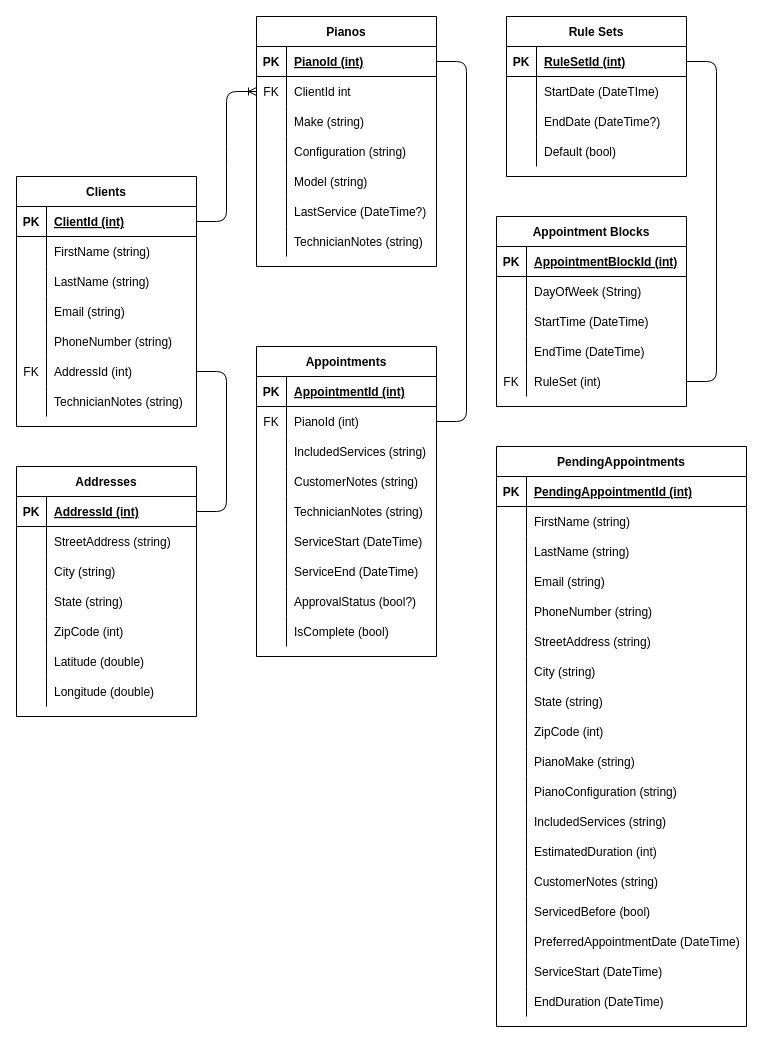
The draw.io diagram Design Outlines/CapstoneERD.drawio in colingalvin/Capstone, before the edit. Source tidied: cells renumbered, new cells numbered last; positions are measured from the earlier drawing's top-left corner, leaving out a move shared by most shapes. Both pictures are drawn from the tidied source at 100%, with x=0, y=0 at pixel (16, 16).
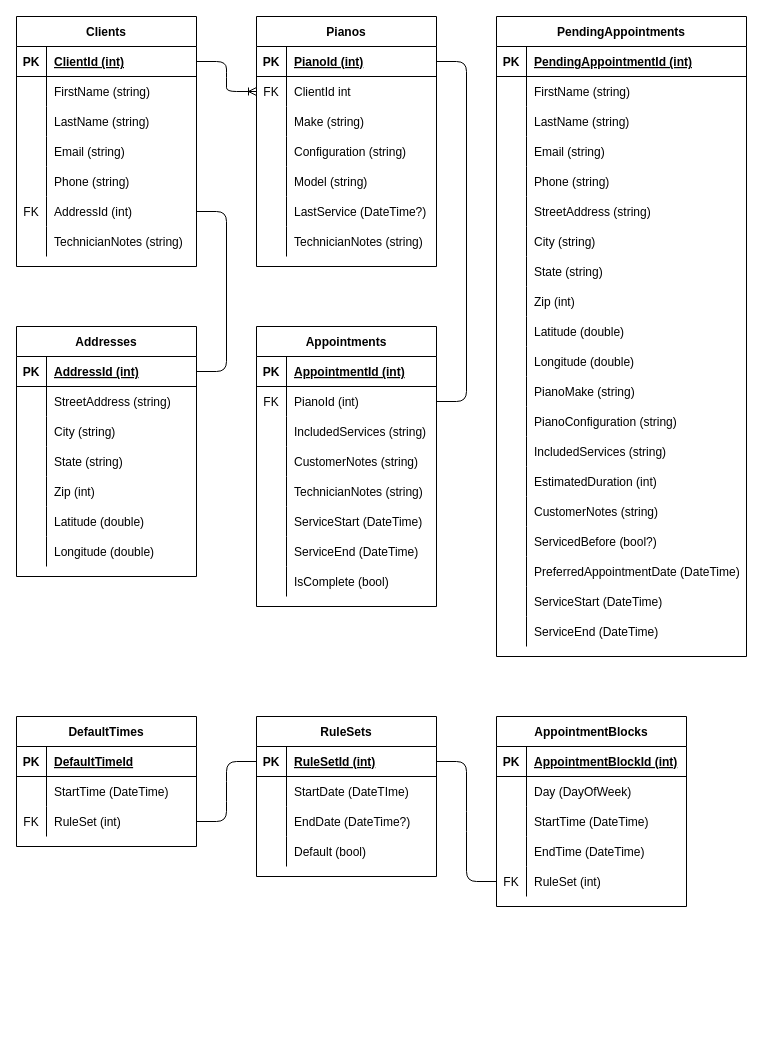
After the change.

The change refers to these unchanged cells:
```xml
<mxCell id="15" style="shape=partialRectangle;fillColor=none;top=0;left=0;bottom=0;right=0;" parent="2" vertex="1">
  <mxGeometry y="150" width="180" height="30" as="geometry" />
</mxCell>
<mxCell id="75" style="shape=partialRectangle;fillColor=none;top=0;left=0;bottom=1;right=0;points=[[0,0.5],[1,0.5]];portConstraint=eastwest;" parent="74" vertex="1">
  <mxGeometry y="30" width="180" height="30" as="geometry" />
</mxCell>
<mxCell id="91" style="shape=partialRectangle;fillColor=none;top=0;left=0;bottom=0;right=0;" parent="87" vertex="1">
  <mxGeometry y="60" width="190" height="30" as="geometry" />
</mxCell>
<mxCell id="100" style="shape=partialRectangle;fillColor=none;top=0;left=0;bottom=0;right=0;points=[[0,0.5],[1,0.5]];portConstraint=eastwest;" parent="87" vertex="1">
  <mxGeometry y="150" width="190" height="30" as="geometry" />
</mxCell>
<mxCell id="116" style="shape=partialRectangle;fillColor=none;top=0;left=0;bottom=0;right=0;" parent="103" vertex="1">
  <mxGeometry y="150" width="180" height="30" as="geometry" />
</mxCell>
<mxCell id="142" style="shape=partialRectangle;fillColor=none;top=0;left=0;bottom=0;right=0;direction=south;" parent="129" vertex="1">
  <mxGeometry y="150" width="250" height="30" as="geometry" />
</mxCell>
<mxCell id="154" style="shape=partialRectangle;fillColor=none;top=0;left=0;bottom=0;right=0;direction=south;" parent="129" vertex="1">
  <mxGeometry y="270" width="250" height="30" as="geometry" />
</mxCell>
```

Change to the diagram source:
```diff
@@
     <mxCell id="2" value="Clients" style="shape=table;startSize=30;childLayout=tableLayout;rowLines=0;fontStyle=1;align=center;" parent="1" vertex="1">
-      <mxGeometry y="160" width="180" height="250" as="geometry" />
+      <mxGeometry width="180" height="250" as="geometry" />
     </mxCell>
@@
-    <mxCell id="17" value="PhoneNumber (string)" style="shape=partialRectangle;fillColor=none;top=0;left=0;bottom=0;right=0;align=left;spacingLeft=6;overflow=hidden;" parent="15" vertex="1">
+    <mxCell id="17" value="Phone (string)" style="shape=partialRectangle;fillColor=none;top=0;left=0;bottom=0;right=0;align=left;spacingLeft=6;overflow=hidden;" parent="15" vertex="1">
       <mxGeometry x="30" width="150" height="30" as="geometry" />
     </mxCell>
@@
     <mxCell id="46" value="Appointments" style="shape=table;startSize=30;childLayout=tableLayout;rowLines=0;fontStyle=1;align=center;" parent="1" vertex="1">
-      <mxGeometry x="240" y="330" width="180" height="310" as="geometry" />
+      <mxGeometry x="240" y="310" width="180" height="280" as="geometry" />
     </mxCell>
@@
-    <mxCell id="68" style="shape=partialRectangle;fillColor=none;top=0;left=0;bottom=0;right=0;" parent="46" vertex="1">
-      <mxGeometry y="240" width="180" height="30" as="geometry" />
-    </mxCell>
-    <mxCell id="69" style="shape=partialRectangle;fillColor=none;top=0;left=0;bottom=0;right=0;overflow=hidden;" parent="68" vertex="1">
-      <mxGeometry width="30" height="30" as="geometry" />
-    </mxCell>
-    <mxCell id="70" value="ApprovalStatus (bool?)" style="shape=partialRectangle;fillColor=none;top=0;left=0;bottom=0;right=0;align=left;spacingLeft=6;overflow=hidden;" parent="68" vertex="1">
-      <mxGeometry x="30" width="150" height="30" as="geometry" />
-    </mxCell>
     <mxCell id="71" style="shape=partialRectangle;fillColor=none;top=0;left=0;bottom=0;right=0;" parent="46" vertex="1">
-      <mxGeometry y="270" width="180" height="30" as="geometry" />
+      <mxGeometry y="240" width="180" height="30" as="geometry" />
     </mxCell>
@@
-    <mxCell id="74" value="Rule Sets" style="shape=table;startSize=30;childLayout=tableLayout;rowLines=0;fontStyle=1;align=center;" parent="1" vertex="1">
-      <mxGeometry x="490" width="180" height="160" as="geometry" />
+    <mxCell id="74" value="RuleSets" style="shape=table;startSize=30;childLayout=tableLayout;rowLines=0;fontStyle=1;align=center;" parent="1" vertex="1">
+      <mxGeometry x="240" y="700" width="180" height="160" as="geometry" />
     </mxCell>
@@
-    <mxCell id="87" value="Appointment Blocks" style="shape=table;startSize=30;childLayout=tableLayout;rowLines=0;fontStyle=1;align=center;" parent="1" vertex="1">
-      <mxGeometry x="480" y="200" width="190" height="190" as="geometry" />
+    <mxCell id="87" value="AppointmentBlocks" style="shape=table;startSize=30;childLayout=tableLayout;rowLines=0;fontStyle=1;align=center;" parent="1" vertex="1">
+      <mxGeometry x="480" y="700" width="190" height="190" as="geometry" />
     </mxCell>
@@
-    <mxCell id="93" value="DayOfWeek (String)" style="shape=partialRectangle;fillColor=none;top=0;left=0;bottom=0;right=0;align=left;spacingLeft=6;overflow=hidden;" parent="91" vertex="1">
+    <mxCell id="93" value="Day (DayOfWeek)" style="shape=partialRectangle;fillColor=none;top=0;left=0;bottom=0;right=0;align=left;spacingLeft=6;overflow=hidden;" parent="91" vertex="1">
       <mxGeometry x="30" width="160" height="30" as="geometry" />
     </mxCell>
@@
     <mxCell id="103" value="Addresses" style="shape=table;startSize=30;childLayout=tableLayout;rowLines=0;fontStyle=1;align=center;" parent="1" vertex="1">
-      <mxGeometry y="450" width="180" height="250" as="geometry" />
+      <mxGeometry y="310" width="180" height="250" as="geometry" />
     </mxCell>
@@
-    <mxCell id="118" value="ZipCode (int)" style="shape=partialRectangle;fillColor=none;top=0;left=0;bottom=0;right=0;align=left;spacingLeft=6;overflow=hidden;" parent="116" vertex="1">
+    <mxCell id="118" value="Zip (int)" style="shape=partialRectangle;fillColor=none;top=0;left=0;bottom=0;right=0;align=left;spacingLeft=6;overflow=hidden;" parent="116" vertex="1">
       <mxGeometry x="30" width="150" height="30" as="geometry" />
     </mxCell>
@@
-    <mxCell id="128" style="endArrow=none;html=1;rounded=1;exitX=1;exitY=0.5;exitDx=0;exitDy=0;entryX=1;entryY=0.5;entryDx=0;entryDy=0;edgeStyle=entityRelationEdgeStyle;" parent="1" edge="1" source="75" target="100">
+    <mxCell id="128" style="endArrow=none;html=1;rounded=1;exitX=1;exitY=0.5;exitDx=0;exitDy=0;entryX=0;entryY=0.5;entryDx=0;entryDy=0;edgeStyle=entityRelationEdgeStyle;" parent="1" edge="1" source="75" target="100">
       <mxGeometry relative="1" as="geometry" />
     </mxCell>
     <mxCell id="129" value="PendingAppointments" style="shape=table;startSize=30;childLayout=tableLayout;rowLines=0;fontStyle=1;align=center;" parent="1" vertex="1">
-      <mxGeometry x="480" y="430" width="250" height="580" as="geometry" />
+      <mxGeometry x="480" width="250" height="640" as="geometry" />
     </mxCell>
@@
-    <mxCell id="144" value="PhoneNumber (string)" style="shape=partialRectangle;fillColor=none;top=0;left=0;bottom=0;right=0;align=left;spacingLeft=6;overflow=hidden;" parent="142" vertex="1">
+    <mxCell id="144" value="Phone (string)" style="shape=partialRectangle;fillColor=none;top=0;left=0;bottom=0;right=0;align=left;spacingLeft=6;overflow=hidden;" parent="142" vertex="1">
       <mxGeometry x="30" width="220" height="30" as="geometry" />
     </mxCell>
@@
-    <mxCell id="156" value="ZipCode (int)" style="shape=partialRectangle;fillColor=none;top=0;left=0;bottom=0;right=0;align=left;spacingLeft=6;overflow=hidden;" parent="154" vertex="1">
+    <mxCell id="156" value="Zip (int)" style="shape=partialRectangle;fillColor=none;top=0;left=0;bottom=0;right=0;align=left;spacingLeft=6;overflow=hidden;" parent="154" vertex="1">
       <mxGeometry x="30" width="220" height="30" as="geometry" />
     </mxCell>
+    <mxCell id="184" style="shape=partialRectangle;fillColor=none;top=0;left=0;bottom=0;right=0;direction=south;" parent="129" vertex="1">
+      <mxGeometry y="300" width="250" height="30" as="geometry" />
+    </mxCell>
+    <mxCell id="185" style="shape=partialRectangle;fillColor=none;top=0;left=0;bottom=0;right=0;overflow=hidden;" parent="184" vertex="1">
+      <mxGeometry width="30" height="30" as="geometry" />
+    </mxCell>
+    <mxCell id="186" value="Latitude (double)" style="shape=partialRectangle;fillColor=none;top=0;left=0;bottom=0;right=0;align=left;spacingLeft=6;overflow=hidden;" parent="184" vertex="1">
+      <mxGeometry x="30" width="220" height="30" as="geometry" />
+    </mxCell>
+    <mxCell id="187" style="shape=partialRectangle;fillColor=none;top=0;left=0;bottom=0;right=0;direction=south;" parent="129" vertex="1">
+      <mxGeometry y="330" width="250" height="30" as="geometry" />
+    </mxCell>
+    <mxCell id="188" style="shape=partialRectangle;fillColor=none;top=0;left=0;bottom=0;right=0;overflow=hidden;" parent="187" vertex="1">
+      <mxGeometry width="30" height="30" as="geometry" />
+    </mxCell>
+    <mxCell id="189" value="Longitude (double)" style="shape=partialRectangle;fillColor=none;top=0;left=0;bottom=0;right=0;align=left;spacingLeft=6;overflow=hidden;" parent="187" vertex="1">
+      <mxGeometry x="30" width="220" height="30" as="geometry" />
+    </mxCell>
     <mxCell id="157" style="shape=partialRectangle;fillColor=none;top=0;left=0;bottom=0;right=0;direction=south;" parent="129" vertex="1">
-      <mxGeometry y="300" width="250" height="30" as="geometry" />
+      <mxGeometry y="360" width="250" height="30" as="geometry" />
     </mxCell>
@@
     <mxCell id="160" style="shape=partialRectangle;fillColor=none;top=0;left=0;bottom=0;right=0;direction=south;" parent="129" vertex="1">
-      <mxGeometry y="330" width="250" height="30" as="geometry" />
+      <mxGeometry y="390" width="250" height="30" as="geometry" />
     </mxCell>
@@
     <mxCell id="163" style="shape=partialRectangle;fillColor=none;top=0;left=0;bottom=0;right=0;direction=south;" parent="129" vertex="1">
-      <mxGeometry y="360" width="250" height="30" as="geometry" />
+      <mxGeometry y="420" width="250" height="30" as="geometry" />
     </mxCell>
@@
     <mxCell id="166" style="shape=partialRectangle;fillColor=none;top=0;left=0;bottom=0;right=0;direction=south;" parent="129" vertex="1">
-      <mxGeometry y="390" width="250" height="30" as="geometry" />
+      <mxGeometry y="450" width="250" height="30" as="geometry" />
     </mxCell>
@@
     <mxCell id="169" style="shape=partialRectangle;fillColor=none;top=0;left=0;bottom=0;right=0;direction=south;" parent="129" vertex="1">
-      <mxGeometry y="420" width="250" height="30" as="geometry" />
+      <mxGeometry y="480" width="250" height="30" as="geometry" />
     </mxCell>
@@
     <mxCell id="172" style="shape=partialRectangle;fillColor=none;top=0;left=0;bottom=0;right=0;direction=south;" parent="129" vertex="1">
-      <mxGeometry y="450" width="250" height="30" as="geometry" />
+      <mxGeometry y="510" width="250" height="30" as="geometry" />
     </mxCell>
@@
-    <mxCell id="174" value="ServicedBefore (bool)" style="shape=partialRectangle;fillColor=none;top=0;left=0;bottom=0;right=0;align=left;spacingLeft=6;overflow=hidden;" parent="172" vertex="1">
+    <mxCell id="174" value="ServicedBefore (bool?)" style="shape=partialRectangle;fillColor=none;top=0;left=0;bottom=0;right=0;align=left;spacingLeft=6;overflow=hidden;" parent="172" vertex="1">
       <mxGeometry x="30" width="220" height="30" as="geometry" />
     </mxCell>
     <mxCell id="175" style="shape=partialRectangle;fillColor=none;top=0;left=0;bottom=0;right=0;direction=south;" parent="129" vertex="1">
-      <mxGeometry y="480" width="250" height="30" as="geometry" />
+      <mxGeometry y="540" width="250" height="30" as="geometry" />
     </mxCell>
@@
     <mxCell id="178" style="shape=partialRectangle;fillColor=none;top=0;left=0;bottom=0;right=0;direction=south;" parent="129" vertex="1">
-      <mxGeometry y="510" width="250" height="30" as="geometry" />
+      <mxGeometry y="570" width="250" height="30" as="geometry" />
     </mxCell>
@@
     <mxCell id="181" style="shape=partialRectangle;fillColor=none;top=0;left=0;bottom=0;right=0;direction=south;" parent="129" vertex="1">
-      <mxGeometry y="540" width="250" height="30" as="geometry" />
+      <mxGeometry y="600" width="250" height="30" as="geometry" />
     </mxCell>
@@
-    <mxCell id="183" value="EndDuration (DateTime)" style="shape=partialRectangle;fillColor=none;top=0;left=0;bottom=0;right=0;align=left;spacingLeft=6;overflow=hidden;" parent="181" vertex="1">
+    <mxCell id="183" value="ServiceEnd (DateTime)" style="shape=partialRectangle;fillColor=none;top=0;left=0;bottom=0;right=0;align=left;spacingLeft=6;overflow=hidden;" parent="181" vertex="1">
       <mxGeometry x="30" width="220" height="30" as="geometry" />
     </mxCell>
+    <mxCell id="190" value="DefaultTimes" style="shape=table;startSize=30;childLayout=tableLayout;rowLines=0;fontStyle=1;align=center;" parent="1" vertex="1">
+      <mxGeometry y="700" width="180" height="130" as="geometry" />
+    </mxCell>
+    <mxCell id="191" style="shape=partialRectangle;fillColor=none;top=0;left=0;bottom=1;right=0;" parent="190" vertex="1">
+      <mxGeometry y="30" width="180" height="30" as="geometry" />
+    </mxCell>
+    <mxCell id="192" value="PK" style="shape=partialRectangle;fillColor=none;top=0;left=0;bottom=0;right=0;fontStyle=1;overflow=hidden;" parent="191" vertex="1">
+      <mxGeometry width="30" height="30" as="geometry" />
+    </mxCell>
+    <mxCell id="193" value="DefaultTimeId" style="shape=partialRectangle;fillColor=none;top=0;left=0;bottom=0;right=0;align=left;spacingLeft=6;fontStyle=5;overflow=hidden;" parent="191" vertex="1">
+      <mxGeometry x="30" width="150" height="30" as="geometry" />
+    </mxCell>
+    <mxCell id="194" style="shape=partialRectangle;fillColor=none;top=0;left=0;bottom=0;right=0;" parent="190" vertex="1">
+      <mxGeometry y="60" width="180" height="30" as="geometry" />
+    </mxCell>
+    <mxCell id="195" style="shape=partialRectangle;fillColor=none;top=0;left=0;bottom=0;right=0;overflow=hidden;" parent="194" vertex="1">
+      <mxGeometry width="30" height="30" as="geometry" />
+    </mxCell>
+    <mxCell id="196" value="StartTime (DateTime)" style="shape=partialRectangle;fillColor=none;top=0;left=0;bottom=0;right=0;align=left;spacingLeft=6;overflow=hidden;" parent="194" vertex="1">
+      <mxGeometry x="30" width="150" height="30" as="geometry" />
+    </mxCell>
+    <mxCell id="197" style="shape=partialRectangle;fillColor=none;top=0;left=0;bottom=0;right=0;points=[[0,0.5],[1,0.5]];portConstraint=eastwest;" parent="190" vertex="1">
+      <mxGeometry y="90" width="180" height="30" as="geometry" />
+    </mxCell>
+    <mxCell id="198" value="FK" style="shape=partialRectangle;fillColor=none;top=0;left=0;bottom=0;right=0;overflow=hidden;" parent="197" vertex="1">
+      <mxGeometry width="30" height="30" as="geometry" />
+    </mxCell>
+    <mxCell id="199" value="RuleSet (int)" style="shape=partialRectangle;fillColor=none;top=0;left=0;bottom=0;right=0;align=left;spacingLeft=6;overflow=hidden;" parent="197" vertex="1">
+      <mxGeometry x="30" width="150" height="30" as="geometry" />
+    </mxCell>
+    <mxCell id="200" style="endArrow=none;html=1;exitX=1;exitY=0.5;exitDx=0;exitDy=0;entryX=0;entryY=0.5;entryDx=0;entryDy=0;edgeStyle=entityRelationEdgeStyle;" parent="1" edge="1" source="197" target="75">
+      <mxGeometry relative="1" as="geometry" />
+    </mxCell>
```
